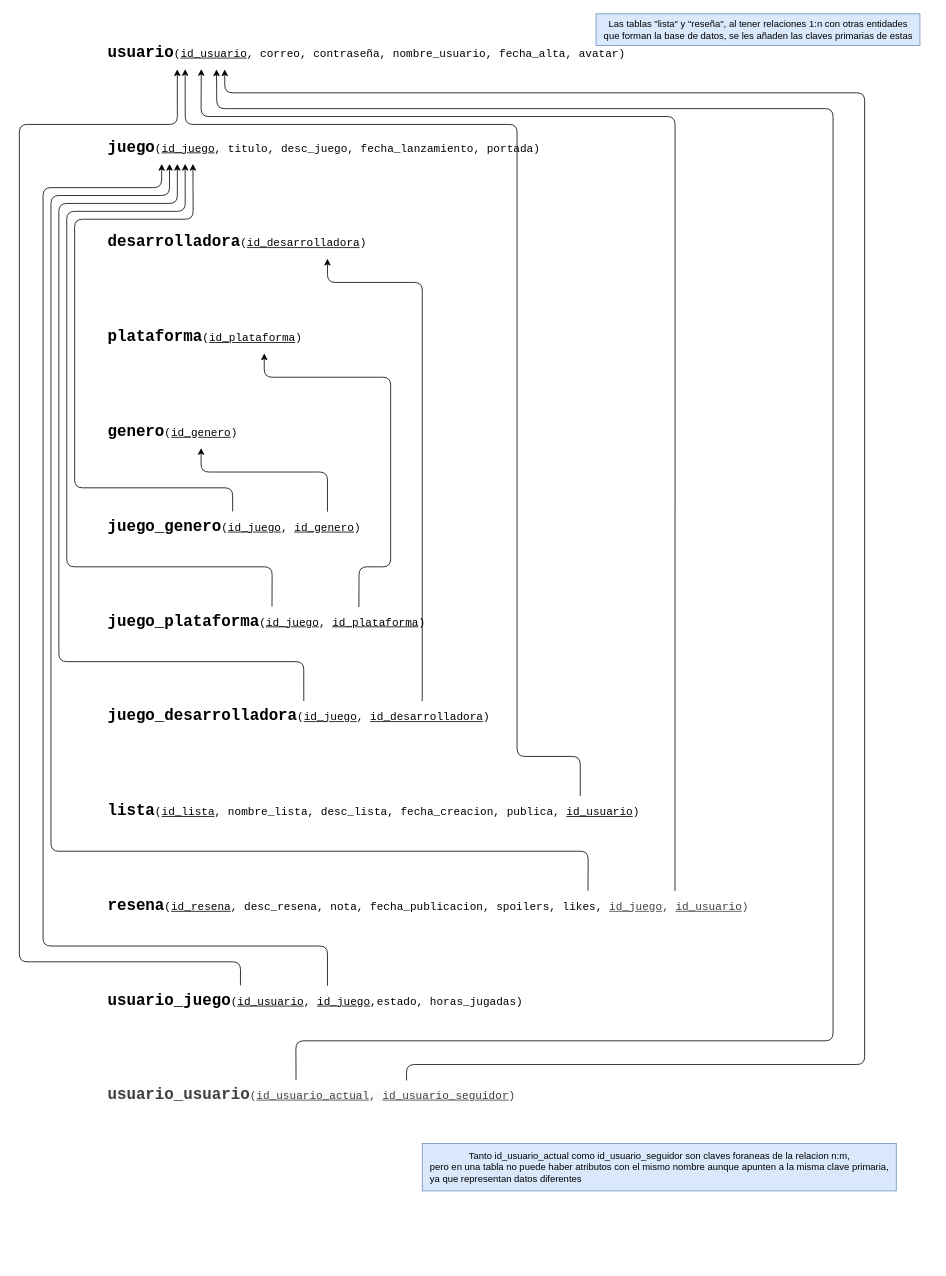
Earlier version of the draw.io diagram docs/tablas.drawio (rodriss11sr/MemoryCard). Source tidied: cells renumbered, new cells numbered last; positions are measured from the earlier drawing's top-left corner, leaving out a move shared by most shapes. Both pictures are drawn from the tidied source at 79%, with x=0, y=0 at pixel (19, 13).
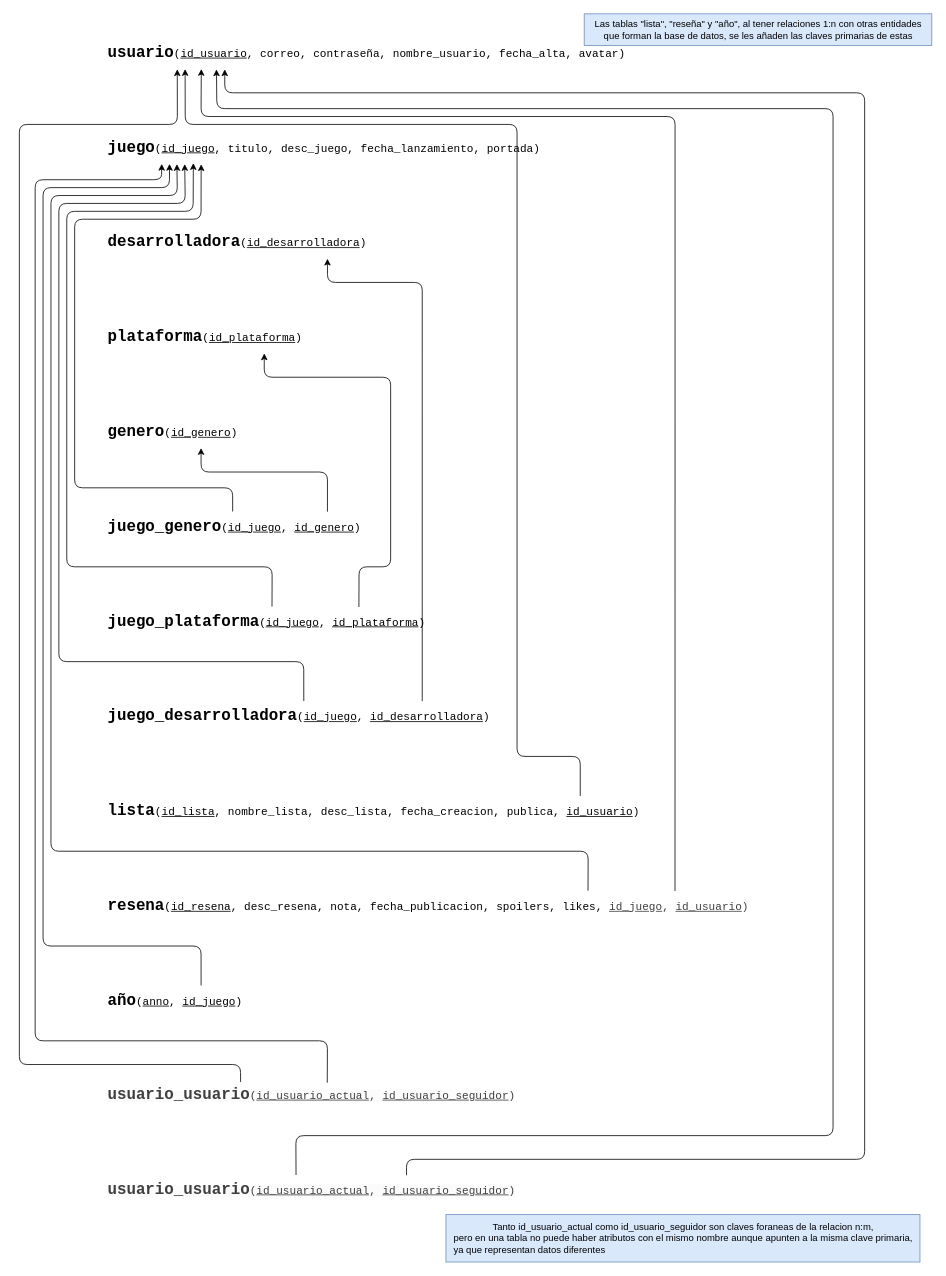
Above is the later version.

Commit message (it also covers changes not shown here):
entidad año añadida

Unchanged cells that the change refers to:
```xml
<mxCell id="2" value="&lt;div style=&quot;font-family: Consolas, &amp;quot;Courier New&amp;quot;, monospace; line-height: 19px; white-space-collapse: preserve;&quot;&gt;&lt;font style=&quot;&quot;&gt;&lt;b style=&quot;&quot;&gt;&lt;font style=&quot;font-size: 20px;&quot;&gt;usuario&lt;/font&gt;&lt;/b&gt;&lt;span style=&quot;font-size: 14px;&quot;&gt;(&lt;/span&gt;&lt;span style=&quot;font-size: 14px;&quot;&gt;&lt;u&gt;id_usuario&lt;/u&gt;&lt;/span&gt;&lt;span style=&quot;font-size: 14px;&quot;&gt;, correo, contraseña, nombre_usuario, fecha_alta, avatar)&lt;/span&gt;&lt;/font&gt;&lt;/div&gt;" style="text;html=1;align=left;verticalAlign=middle;points=[];strokeColor=none;fillColor=none;" parent="1" vertex="1">
  <mxGeometry x="110" y="30" width="620" height="40" as="geometry" />
</mxCell>
<mxCell id="3" value="&lt;div style=&quot;font-family: Consolas, &amp;quot;Courier New&amp;quot;, monospace; line-height: 19px; white-space-collapse: preserve;&quot;&gt;&lt;font style=&quot;&quot;&gt;&lt;b style=&quot;&quot;&gt;&lt;font style=&quot;font-size: 20px;&quot;&gt;juego&lt;/font&gt;&lt;/b&gt;&lt;span style=&quot;font-size: 14px;&quot;&gt;(&lt;/span&gt;&lt;span style=&quot;font-size: 14px;&quot;&gt;&lt;u&gt;id_juego&lt;/u&gt;&lt;/span&gt;&lt;span style=&quot;font-size: 14px;&quot;&gt;, titulo, desc_juego, fecha_lanzamiento, portada)&lt;/span&gt;&lt;/font&gt;&lt;/div&gt;" style="text;html=1;align=left;verticalAlign=middle;points=[];strokeColor=none;fillColor=none;" parent="1" vertex="1">
  <mxGeometry x="110" y="150" width="520" height="40" as="geometry" />
</mxCell>
<mxCell id="7" value="&lt;div style=&quot;font-family: Consolas, &amp;quot;Courier New&amp;quot;, monospace; line-height: 19px; white-space-collapse: preserve;&quot;&gt;&lt;font style=&quot;&quot;&gt;&lt;b style=&quot;&quot;&gt;&lt;font style=&quot;font-size: 20px;&quot;&gt;resena&lt;/font&gt;&lt;/b&gt;&lt;span style=&quot;font-size: 14px;&quot;&gt;(&lt;u&gt;id_resena&lt;/u&gt;&lt;/span&gt;&lt;span style=&quot;font-size: 14px;&quot;&gt;, desc_resena, nota, fecha_publicacion, spoilers, likes, &lt;/span&gt;&lt;/font&gt;&lt;span style=&quot;background-color: transparent; color: rgb(63, 63, 63); scrollbar-color: rgb(226, 226, 226) rgb(251, 251, 251); font-size: 14px;&quot;&gt;&lt;u&gt;id_juego&lt;/u&gt;&lt;/span&gt;&lt;span style=&quot;background-color: transparent; color: rgb(63, 63, 63); scrollbar-color: rgb(226, 226, 226) rgb(251, 251, 251); font-size: 14px;&quot;&gt;, &lt;u&gt;id_usuario&lt;/u&gt;&lt;/span&gt;&lt;span style=&quot;color: rgb(63, 63, 63); font-size: 14px; background-color: transparent;&quot;&gt;)&lt;/span&gt;&lt;/div&gt;" style="text;html=1;align=left;verticalAlign=middle;points=[];strokeColor=none;fillColor=none;" parent="1" vertex="1">
  <mxGeometry x="110" y="1110" width="770" height="40" as="geometry" />
</mxCell>
<mxCell id="9" value="&lt;div style=&quot;font-family: Consolas, &amp;quot;Courier New&amp;quot;, monospace; line-height: 19px; white-space-collapse: preserve;&quot;&gt;&lt;font style=&quot;&quot;&gt;&lt;b style=&quot;&quot;&gt;&lt;font style=&quot;font-size: 20px;&quot;&gt;juego_plataforma&lt;/font&gt;&lt;/b&gt;&lt;span style=&quot;font-size: 14px;&quot;&gt;(&lt;/span&gt;&lt;span style=&quot;font-size: 14px;&quot;&gt;&lt;u&gt;id_juego&lt;/u&gt;&lt;/span&gt;&lt;span style=&quot;font-size: 14px;&quot;&gt;, &lt;u&gt;id_plataforma&lt;/u&gt;)&lt;/span&gt;&lt;/font&gt;&lt;/div&gt;" style="text;html=1;align=left;verticalAlign=middle;points=[];strokeColor=none;fillColor=none;" parent="1" vertex="1">
  <mxGeometry x="110" y="750" width="390" height="40" as="geometry" />
</mxCell>
<mxCell id="10" value="&lt;div style=&quot;font-family: Consolas, &amp;quot;Courier New&amp;quot;, monospace; line-height: 19px; white-space-collapse: preserve;&quot;&gt;&lt;font style=&quot;&quot;&gt;&lt;b style=&quot;&quot;&gt;&lt;font style=&quot;font-size: 20px;&quot;&gt;juego_genero&lt;/font&gt;&lt;/b&gt;&lt;span style=&quot;font-size: 14px;&quot;&gt;(&lt;/span&gt;&lt;span style=&quot;font-size: 14px;&quot;&gt;&lt;u&gt;id_juego&lt;/u&gt;&lt;/span&gt;&lt;span style=&quot;font-size: 14px;&quot;&gt;, &lt;u&gt;id_genero&lt;/u&gt;)&lt;/span&gt;&lt;/font&gt;&lt;/div&gt;" style="text;html=1;align=left;verticalAlign=middle;points=[];strokeColor=none;fillColor=none;" parent="1" vertex="1">
  <mxGeometry x="110" y="630" width="320" height="40" as="geometry" />
</mxCell>
<mxCell id="11" value="&lt;div style=&quot;font-family: Consolas, &amp;quot;Courier New&amp;quot;, monospace; line-height: 19px; white-space-collapse: preserve;&quot;&gt;&lt;font style=&quot;&quot;&gt;&lt;b style=&quot;&quot;&gt;&lt;font style=&quot;font-size: 20px;&quot;&gt;juego_desarrolladora&lt;/font&gt;&lt;/b&gt;&lt;span style=&quot;font-size: 14px;&quot;&gt;(&lt;/span&gt;&lt;span style=&quot;font-size: 14px;&quot;&gt;&lt;u&gt;id_juego&lt;/u&gt;&lt;/span&gt;&lt;span style=&quot;font-size: 14px;&quot;&gt;, &lt;u&gt;id_desarrolladora&lt;/u&gt;)&lt;/span&gt;&lt;/font&gt;&lt;/div&gt;" style="text;html=1;align=left;verticalAlign=middle;points=[];strokeColor=none;fillColor=none;" parent="1" vertex="1">
  <mxGeometry x="110" y="870" width="470" height="40" as="geometry" />
</mxCell>
```

Diff of the diagram source:
```diff
@@
-    <mxCell id="12" value="&lt;div style=&quot;font-family: Consolas, &amp;quot;Courier New&amp;quot;, monospace; line-height: 19px; white-space-collapse: preserve;&quot;&gt;&lt;font style=&quot;&quot;&gt;&lt;b style=&quot;&quot;&gt;&lt;font style=&quot;font-size: 20px;&quot;&gt;usuario_juego&lt;/font&gt;&lt;/b&gt;&lt;span style=&quot;font-size: 14px;&quot;&gt;(&lt;/span&gt;&lt;span style=&quot;font-size: 14px;&quot;&gt;&lt;u&gt;id_usuario&lt;/u&gt;&lt;/span&gt;&lt;span style=&quot;font-size: 14px;&quot;&gt;, &lt;u&gt;id_juego&lt;/u&gt;,estado, horas_jugadas)&lt;/span&gt;&lt;/font&gt;&lt;/div&gt;" style="text;html=1;align=left;verticalAlign=middle;points=[];strokeColor=none;fillColor=none;" parent="1" vertex="1">
-      <mxGeometry x="110" y="1230" width="510" height="40" as="geometry" />
+    <mxCell id="12" value="&lt;div style=&quot;font-family: Consolas, &amp;quot;Courier New&amp;quot;, monospace; line-height: 19px; white-space-collapse: preserve;&quot;&gt;&lt;font style=&quot;&quot;&gt;&lt;b style=&quot;&quot;&gt;&lt;font style=&quot;font-size: 20px;&quot;&gt;año&lt;/font&gt;&lt;/b&gt;&lt;span style=&quot;font-size: 14px;&quot;&gt;(&lt;u&gt;anno&lt;/u&gt;&lt;/span&gt;&lt;span style=&quot;font-size: 14px;&quot;&gt;, &lt;u&gt;id_juego&lt;/u&gt;)&lt;/span&gt;&lt;/font&gt;&lt;/div&gt;" style="text;html=1;align=left;verticalAlign=middle;points=[];strokeColor=none;fillColor=none;" parent="1" vertex="1">
+      <mxGeometry x="110" y="1230" width="180" height="40" as="geometry" />
     </mxCell>
@@
-    <mxCell id="18" style="endArrow=classic;html=1;entryX=0.211;entryY=0.999;entryDx=0;entryDy=0;entryPerimeter=0;exitX=0.5;exitY=0;exitDx=0;exitDy=0;exitPerimeter=0;" parent="1" edge="1" source="10" target="3">
+    <mxCell id="18" style="endArrow=classic;html=1;entryX=0.231;entryY=1.01;entryDx=0;entryDy=0;entryPerimeter=0;exitX=0.5;exitY=0;exitDx=0;exitDy=0;exitPerimeter=0;" parent="1" edge="1" source="10" target="3">
       <mxGeometry relative="1" as="geometry">
         <Array as="points">
           <mxPoint x="270" y="600" />
           <mxPoint x="70" y="600" />
           <mxPoint x="70" y="260" />
-          <mxPoint x="220" y="260" />
+          <mxPoint x="230" y="260" />
         </Array>
       </mxGeometry>
     </mxCell>
-    <mxCell id="19" style="endArrow=classic;html=1;entryX=0.192;entryY=0.997;entryDx=0;entryDy=0;entryPerimeter=0;exitX=0.538;exitY=0.007;exitDx=0;exitDy=0;exitPerimeter=0;" parent="1" edge="1" source="9" target="3">
+    <mxCell id="19" style="endArrow=classic;html=1;entryX=0.212;entryY=0.975;entryDx=0;entryDy=0;entryPerimeter=0;exitX=0.538;exitY=0.007;exitDx=0;exitDy=0;exitPerimeter=0;" parent="1" edge="1" source="9" target="3">
       <mxGeometry relative="1" as="geometry">
         <Array as="points">
           <mxPoint x="320" y="700" />
           <mxPoint x="60" y="700" />
           <mxPoint x="60" y="250" />
-          <mxPoint x="210" y="250" />
+          <mxPoint x="220" y="250" />
         </Array>
       </mxGeometry>
     </mxCell>
-    <mxCell id="20" style="endArrow=classic;html=1;exitX=0.532;exitY=-0.003;exitDx=0;exitDy=0;exitPerimeter=0;entryX=0.173;entryY=0.999;entryDx=0;entryDy=0;entryPerimeter=0;" parent="1" edge="1" source="11" target="3">
+    <mxCell id="20" style="endArrow=classic;html=1;exitX=0.532;exitY=-0.003;exitDx=0;exitDy=0;exitPerimeter=0;entryX=0.191;entryY=1.004;entryDx=0;entryDy=0;entryPerimeter=0;" parent="1" edge="1" source="11" target="3">
       <mxGeometry relative="1" as="geometry">
         <Array as="points">
           <mxPoint x="360" y="820" />
           <mxPoint x="50" y="820" />
           <mxPoint x="50" y="240" />
-          <mxPoint x="200" y="240" />
+          <mxPoint x="210" y="240" />
         </Array>
       </mxGeometry>
     </mxCell>
-    <mxCell id="21" style="endArrow=classic;html=1;exitX=0.792;exitY=-0.001;exitDx=0;exitDy=0;exitPerimeter=0;entryX=0.154;entryY=0.998;entryDx=0;entryDy=0;entryPerimeter=0;" parent="1" edge="1" source="7" target="3">
+    <mxCell id="21" style="endArrow=classic;html=1;exitX=0.792;exitY=-0.001;exitDx=0;exitDy=0;exitPerimeter=0;entryX=0.172;entryY=1.004;entryDx=0;entryDy=0;entryPerimeter=0;" parent="1" edge="1" source="7" target="3">
       <mxGeometry relative="1" as="geometry">
         <Array as="points">
           <mxPoint x="720" y="1060" />
           <mxPoint x="40" y="1060" />
           <mxPoint x="40" y="230" />
-          <mxPoint x="190" y="230" />
+          <mxPoint x="200" y="230" />
         </Array>
       </mxGeometry>
     </mxCell>
-    <mxCell id="22" style="endArrow=classic;html=1;exitX=0.549;exitY=0.009;exitDx=0;exitDy=0;exitPerimeter=0;entryX=0.135;entryY=1;entryDx=0;entryDy=0;entryPerimeter=0;" parent="1" edge="1" source="12" target="3">
+    <mxCell id="22" style="endArrow=classic;html=1;exitX=0.538;exitY=0.06;exitDx=0;exitDy=0;exitPerimeter=0;entryX=0.135;entryY=0.999;entryDx=0;entryDy=0;entryPerimeter=0;" parent="1" edge="1" source="29" target="3">
       <mxGeometry relative="1" as="geometry">
         <Array as="points">
-          <mxPoint x="390" y="1180" />
-          <mxPoint x="30" y="1180" />
-          <mxPoint x="30" y="220" />
-          <mxPoint x="180" y="220" />
+          <mxPoint x="390" y="1300" />
+          <mxPoint x="20" y="1300" />
+          <mxPoint x="20" y="210" />
+          <mxPoint x="180" y="210" />
         </Array>
       </mxGeometry>
     </mxCell>
-    <mxCell id="23" style="endArrow=classic;html=1;entryX=0.145;entryY=1.005;entryDx=0;entryDy=0;entryPerimeter=0;exitX=0.333;exitY=0;exitDx=0;exitDy=0;exitPerimeter=0;" parent="1" edge="1" source="12" target="2">
+    <mxCell id="23" style="endArrow=classic;html=1;entryX=0.145;entryY=1.005;entryDx=0;entryDy=0;entryPerimeter=0;exitX=0.327;exitY=0.04;exitDx=0;exitDy=0;exitPerimeter=0;" parent="1" edge="1" source="29" target="2">
       <mxGeometry relative="1" as="geometry">
         <Array as="points">
-          <mxPoint x="280" y="1200" />
-          <mxPoint y="1200" />
+          <mxPoint x="280" y="1330" />
+          <mxPoint y="1330" />
           <mxPoint y="140" />
           <mxPoint x="200" y="140" />
         </Array>
       </mxGeometry>
     </mxCell>
-    <mxCell id="24" value="Las tablas &quot;lista&quot; y &quot;reseña&quot;, al tener relaciones 1:n con otras entidades&lt;div&gt;que forman la base de datos, se les añaden las claves primarias de estas&lt;/div&gt;" style="text;html=1;align=center;verticalAlign=middle;strokeColor=#6c8ebf;fillColor=#dae8fc;" parent="1" vertex="1">
-      <mxGeometry x="730" width="410" height="40" as="geometry" />
+    <mxCell id="24" value="Las tablas &quot;lista&quot;, &quot;reseña&quot; y &quot;año&quot;, al tener relaciones 1:n con otras entidades&lt;div&gt;que forman la base de datos, se les añaden las claves primarias de estas&lt;/div&gt;" style="text;html=1;align=center;verticalAlign=middle;strokeColor=#6c8ebf;fillColor=#dae8fc;" parent="1" vertex="1">
+      <mxGeometry x="715" width="440" height="40" as="geometry" />
     </mxCell>
     <mxCell id="25" value="&lt;b style=&quot;forced-color-adjust: none; color: rgb(63, 63, 63); scrollbar-color: rgb(226, 226, 226) rgb(251, 251, 251); font-family: Consolas, &amp;quot;Courier New&amp;quot;, monospace; font-size: 12px; font-style: normal; font-variant-ligatures: normal; font-variant-caps: normal; letter-spacing: normal; orphans: 2; text-align: left; text-indent: 0px; text-transform: none; widows: 2; word-spacing: 0px; -webkit-text-stroke-width: 0px; white-space: pre; background-color: rgb(251, 251, 251); text-decoration-thickness: initial; text-decoration-style: initial; text-decoration-color: initial;&quot;&gt;&lt;font style=&quot;forced-color-adjust: none; color: rgb(63, 63, 63); scrollbar-color: rgb(226, 226, 226) rgb(251, 251, 251); font-size: 20px;&quot;&gt;usuario_usuario&lt;/font&gt;&lt;/b&gt;&lt;span style=&quot;forced-color-adjust: none; color: rgb(63, 63, 63); scrollbar-color: rgb(226, 226, 226) rgb(251, 251, 251); font-family: Consolas, &amp;quot;Courier New&amp;quot;, monospace; font-style: normal; font-variant-ligatures: normal; font-variant-caps: normal; font-weight: 400; letter-spacing: normal; orphans: 2; text-align: left; text-indent: 0px; text-transform: none; widows: 2; word-spacing: 0px; -webkit-text-stroke-width: 0px; white-space: pre; background-color: rgb(251, 251, 251); text-decoration-thickness: initial; text-decoration-style: initial; text-decoration-color: initial; font-size: 14px;&quot;&gt;(&lt;/span&gt;&lt;span style=&quot;forced-color-adjust: none; color: rgb(63, 63, 63); scrollbar-color: rgb(226, 226, 226) rgb(251, 251, 251); font-family: Consolas, &amp;quot;Courier New&amp;quot;, monospace; font-style: normal; font-variant-ligatures: normal; font-variant-caps: normal; font-weight: 400; letter-spacing: normal; orphans: 2; text-align: left; text-indent: 0px; text-transform: none; widows: 2; word-spacing: 0px; -webkit-text-stroke-width: 0px; white-space: pre; background-color: rgb(251, 251, 251); text-decoration-thickness: initial; text-decoration-style: initial; text-decoration-color: initial; font-size: 14px;&quot;&gt;&lt;u style=&quot;forced-color-adjust: none; color: rgb(63, 63, 63); scrollbar-color: rgb(226, 226, 226) rgb(251, 251, 251);&quot;&gt;id_usuario_actual&lt;/u&gt;&lt;/span&gt;&lt;span style=&quot;forced-color-adjust: none; color: rgb(63, 63, 63); scrollbar-color: rgb(226, 226, 226) rgb(251, 251, 251); font-family: Consolas, &amp;quot;Courier New&amp;quot;, monospace; font-style: normal; font-variant-ligatures: normal; font-variant-caps: normal; font-weight: 400; letter-spacing: normal; orphans: 2; text-align: left; text-indent: 0px; text-transform: none; widows: 2; word-spacing: 0px; -webkit-text-stroke-width: 0px; white-space: pre; background-color: rgb(251, 251, 251); text-decoration-thickness: initial; text-decoration-style: initial; text-decoration-color: initial; font-size: 14px;&quot;&gt;, &lt;u style=&quot;forced-color-adjust: none; color: rgb(63, 63, 63); scrollbar-color: rgb(226, 226, 226) rgb(251, 251, 251);&quot;&gt;id_usuario_seguidor&lt;/u&gt;)&lt;/span&gt;" style="text;whiteSpace=wrap;html=1;" parent="1" vertex="1">
-      <mxGeometry x="110" y="1350" width="520" height="50" as="geometry" />
+      <mxGeometry x="110" y="1470" width="520" height="50" as="geometry" />
     </mxCell>
     <mxCell id="26" value="Tanto id_usuario_actual como id_usuario_seguidor son claves foraneas de la relacion n:m,&lt;div&gt;pero en una tabla no puede haber atributos con el mismo nombre aunque apunten a la misma clave primaria,&lt;/div&gt;&lt;div style=&quot;text-align: left;&quot;&gt;ya que representan datos diferentes&lt;/div&gt;" style="text;html=1;align=center;verticalAlign=middle;strokeColor=#6c8ebf;fillColor=#dae8fc;" parent="1" vertex="1">
-      <mxGeometry x="510" y="1430" width="600" height="60" as="geometry" />
+      <mxGeometry x="540" y="1520" width="600" height="60" as="geometry" />
     </mxCell>
     <mxCell id="27" style="endArrow=classic;html=1;entryX=0.225;entryY=1.007;entryDx=0;entryDy=0;entryPerimeter=0;exitX=0.462;exitY=-0.003;exitDx=0;exitDy=0;exitPerimeter=0;" parent="1" edge="1" source="25" target="2">
       <mxGeometry relative="1" as="geometry">
         <Array as="points">
-          <mxPoint x="350" y="1300" />
-          <mxPoint x="1030" y="1300" />
+          <mxPoint x="350" y="1420" />
+          <mxPoint x="1030" y="1420" />
           <mxPoint x="1030" y="120" />
           <mxPoint x="250" y="120" />
         </Array>
       </mxGeometry>
     </mxCell>
     <mxCell id="28" style="endArrow=classic;html=1;entryX=0.242;entryY=1.007;entryDx=0;entryDy=0;entryPerimeter=0;exitX=0.731;exitY=0.004;exitDx=0;exitDy=0;exitPerimeter=0;" parent="1" edge="1" source="25" target="2">
       <mxGeometry relative="1" as="geometry">
         <Array as="points">
-          <mxPoint x="490" y="1330" />
-          <mxPoint x="1070" y="1330" />
+          <mxPoint x="490" y="1450" />
+          <mxPoint x="1070" y="1450" />
           <mxPoint x="1070" y="100" />
           <mxPoint x="260" y="100" />
         </Array>
       </mxGeometry>
     </mxCell>
+    <mxCell id="29" value="&lt;b style=&quot;forced-color-adjust: none; color: rgb(63, 63, 63); scrollbar-color: rgb(226, 226, 226) rgb(251, 251, 251); font-family: Consolas, &amp;quot;Courier New&amp;quot;, monospace; font-size: 12px; font-style: normal; font-variant-ligatures: normal; font-variant-caps: normal; letter-spacing: normal; orphans: 2; text-align: left; text-indent: 0px; text-transform: none; widows: 2; word-spacing: 0px; -webkit-text-stroke-width: 0px; white-space: pre; background-color: rgb(251, 251, 251); text-decoration-thickness: initial; text-decoration-style: initial; text-decoration-color: initial;&quot;&gt;&lt;font style=&quot;forced-color-adjust: none; color: rgb(63, 63, 63); scrollbar-color: rgb(226, 226, 226) rgb(251, 251, 251); font-size: 20px;&quot;&gt;usuario_usuario&lt;/font&gt;&lt;/b&gt;&lt;span style=&quot;forced-color-adjust: none; color: rgb(63, 63, 63); scrollbar-color: rgb(226, 226, 226) rgb(251, 251, 251); font-family: Consolas, &amp;quot;Courier New&amp;quot;, monospace; font-style: normal; font-variant-ligatures: normal; font-variant-caps: normal; font-weight: 400; letter-spacing: normal; orphans: 2; text-align: left; text-indent: 0px; text-transform: none; widows: 2; word-spacing: 0px; -webkit-text-stroke-width: 0px; white-space: pre; background-color: rgb(251, 251, 251); text-decoration-thickness: initial; text-decoration-style: initial; text-decoration-color: initial; font-size: 14px;&quot;&gt;(&lt;/span&gt;&lt;span style=&quot;forced-color-adjust: none; color: rgb(63, 63, 63); scrollbar-color: rgb(226, 226, 226) rgb(251, 251, 251); font-family: Consolas, &amp;quot;Courier New&amp;quot;, monospace; font-style: normal; font-variant-ligatures: normal; font-variant-caps: normal; font-weight: 400; letter-spacing: normal; orphans: 2; text-align: left; text-indent: 0px; text-transform: none; widows: 2; word-spacing: 0px; -webkit-text-stroke-width: 0px; white-space: pre; background-color: rgb(251, 251, 251); text-decoration-thickness: initial; text-decoration-style: initial; text-decoration-color: initial; font-size: 14px;&quot;&gt;&lt;u style=&quot;forced-color-adjust: none; color: rgb(63, 63, 63); scrollbar-color: rgb(226, 226, 226) rgb(251, 251, 251);&quot;&gt;id_usuario_actual&lt;/u&gt;&lt;/span&gt;&lt;span style=&quot;forced-color-adjust: none; color: rgb(63, 63, 63); scrollbar-color: rgb(226, 226, 226) rgb(251, 251, 251); font-family: Consolas, &amp;quot;Courier New&amp;quot;, monospace; font-style: normal; font-variant-ligatures: normal; font-variant-caps: normal; font-weight: 400; letter-spacing: normal; orphans: 2; text-align: left; text-indent: 0px; text-transform: none; widows: 2; word-spacing: 0px; -webkit-text-stroke-width: 0px; white-space: pre; background-color: rgb(251, 251, 251); text-decoration-thickness: initial; text-decoration-style: initial; text-decoration-color: initial; font-size: 14px;&quot;&gt;, &lt;u style=&quot;forced-color-adjust: none; color: rgb(63, 63, 63); scrollbar-color: rgb(226, 226, 226) rgb(251, 251, 251);&quot;&gt;id_usuario_seguidor&lt;/u&gt;)&lt;/span&gt;" style="text;whiteSpace=wrap;html=1;" parent="1" vertex="1">
+      <mxGeometry x="110" y="1350" width="520" height="50" as="geometry" />
+    </mxCell>
+    <mxCell id="30" style="endArrow=classic;html=1;entryX=0.154;entryY=0.999;entryDx=0;entryDy=0;entryPerimeter=0;exitX=0.667;exitY=-0.001;exitDx=0;exitDy=0;exitPerimeter=0;" parent="1" edge="1" source="12" target="3">
+      <mxGeometry relative="1" as="geometry">
+        <Array as="points">
+          <mxPoint x="230" y="1180" />
+          <mxPoint x="30" y="1180" />
+          <mxPoint x="30" y="220" />
+          <mxPoint x="190" y="220" />
+        </Array>
+      </mxGeometry>
+    </mxCell>
```
